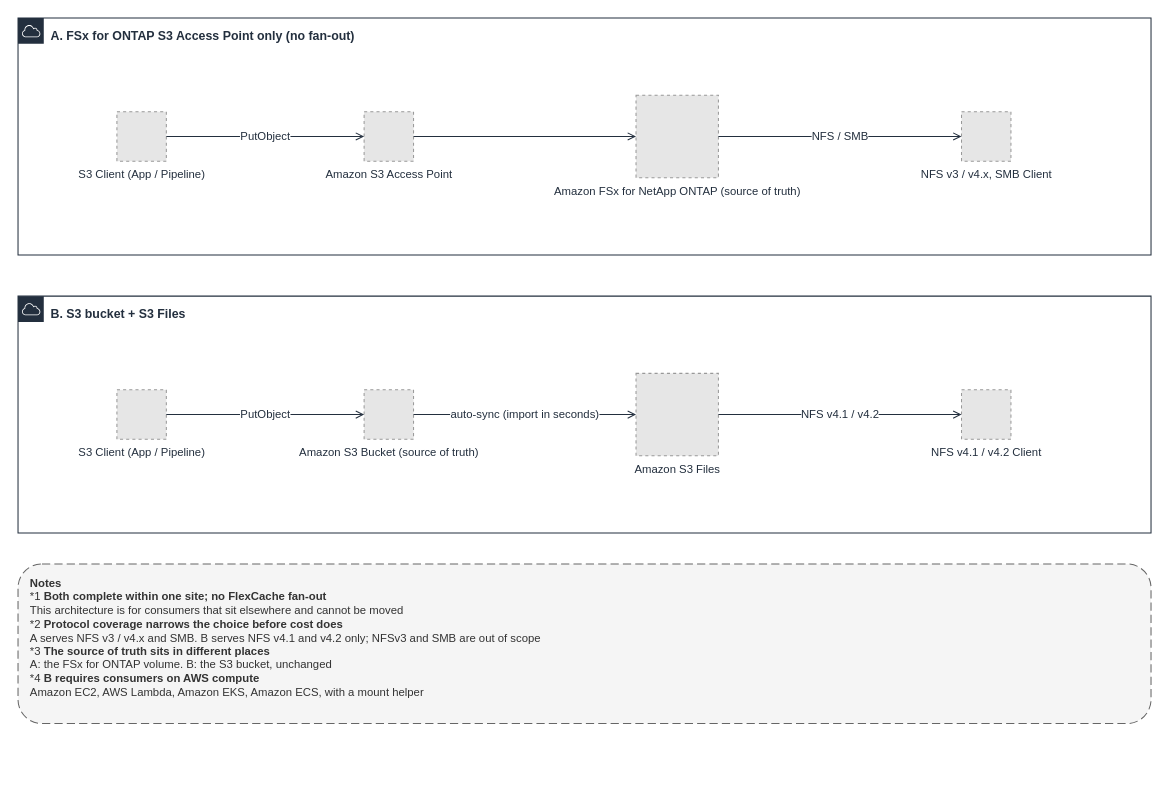
Before: docs/_assets/diagrams/s3burst-single-site-options-en.drawio in Yoshiki0705/S3-Burst-on-ONTAP-Files, a draw.io diagram. Source tidied: cells renumbered, new cells numbered last; positions are measured from the earlier drawing's top-left corner, leaving out a move shared by most shapes. Both pictures are drawn from the tidied source at 103%, with x=0, y=0 at pixel (18, 18). Pictures stored in the file or linked from it are replaced by grey dashed boxes.
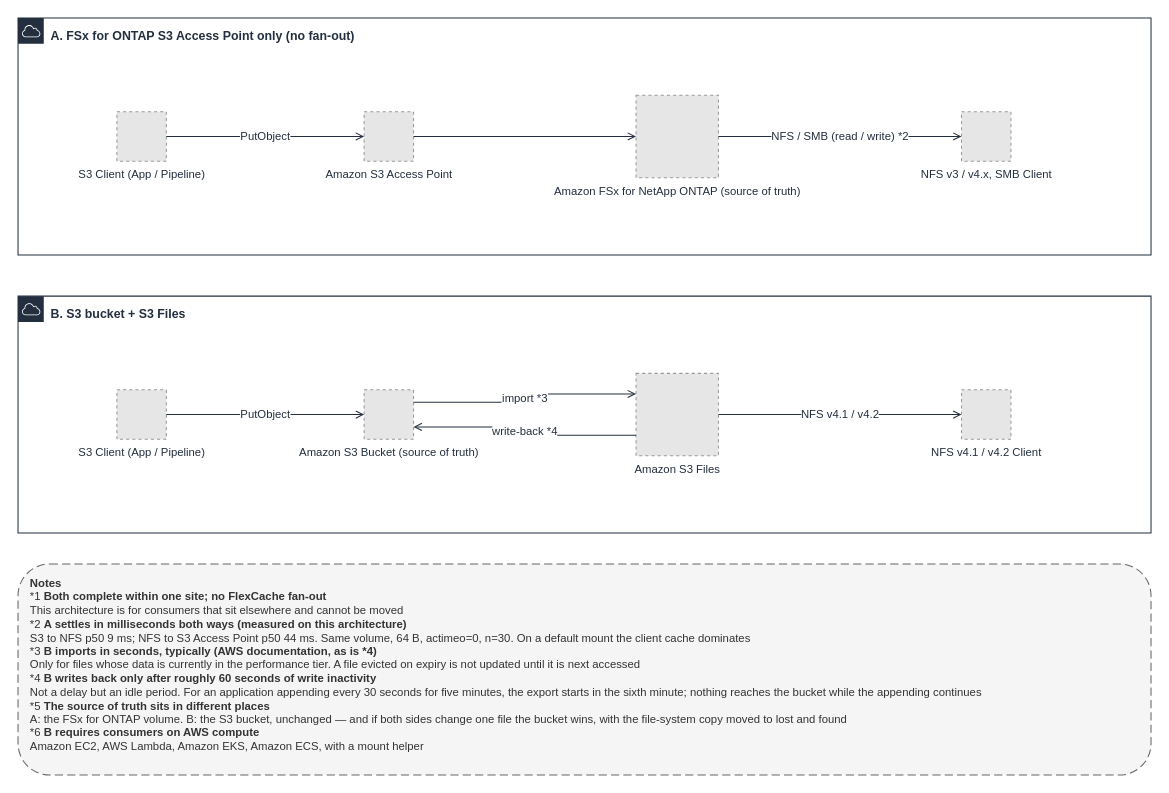
The same page after the edit.

Commit message (it also covers changes not shown here):
docs: state what to expect from a write on both single-site options (#26)

The edit, as a diff of the source:
```diff
@@
 <mxGraphModel>
   <root>
     <mxCell id="0" />
     <mxCell id="1" parent="0" />
     <mxCell id="2" value="A. FSx for ONTAP S3 Access Point only (no fan-out)" style="gradientColor=none;html=1;whiteSpace=wrap;fontSize=12;fontStyle=1;fontColor=#232F3E;shape=mxgraph.aws4.group;grIcon=mxgraph.aws4.group_aws_cloud;strokeColor=#232F3E;fillColor=none;verticalAlign=top;align=left;spacingLeft=30;spacingTop=4;dashed=0;" parent="1" vertex="1">
       <mxGeometry width="1100" height="230" as="geometry" />
     </mxCell>
     <mxCell id="3" value="B. S3 bucket + S3 Files" style="gradientColor=none;html=1;whiteSpace=wrap;fontSize=12;fontStyle=1;fontColor=#232F3E;shape=mxgraph.aws4.group;grIcon=mxgraph.aws4.group_aws_cloud;strokeColor=#232F3E;fillColor=none;verticalAlign=top;align=left;spacingLeft=30;spacingTop=4;dashed=0;" parent="1" vertex="1">
       <mxGeometry y="270" width="1100" height="230" as="geometry" />
     </mxCell>
     <mxCell id="4" value="S3 Client (App / Pipeline)" style="fillColor=#E6E6E6;strokeColor=#999999;dashed=1;html=1;verticalLabelPosition=bottom;verticalAlign=top;labelPosition=center;align=center;fontSize=11;fontColor=#232F3E;" parent="1" vertex="1">
       <mxGeometry x="96" y="91" width="48" height="48" as="geometry" />
     </mxCell>
     <mxCell id="5" value="Amazon S3 Access Point" style="fillColor=#E6E6E6;strokeColor=#999999;dashed=1;html=1;verticalLabelPosition=bottom;verticalAlign=top;labelPosition=center;align=center;fontSize=11;fontColor=#232F3E;" parent="1" vertex="1">
       <mxGeometry x="336" y="91" width="48" height="48" as="geometry" />
     </mxCell>
     <mxCell id="6" value="Amazon FSx for NetApp ONTAP (source of truth)" style="fillColor=#E6E6E6;strokeColor=#999999;dashed=1;html=1;verticalLabelPosition=bottom;verticalAlign=top;labelPosition=center;align=center;fontSize=11;fontColor=#232F3E;" parent="1" vertex="1">
       <mxGeometry x="600" y="75" width="80" height="80" as="geometry" />
     </mxCell>
     <mxCell id="7" value="NFS v3 / v4.x, SMB Client" style="fillColor=#E6E6E6;strokeColor=#999999;dashed=1;html=1;verticalLabelPosition=bottom;verticalAlign=top;labelPosition=center;align=center;fontSize=11;fontColor=#232F3E;" parent="1" vertex="1">
       <mxGeometry x="916" y="91" width="48" height="48" as="geometry" />
     </mxCell>
     <mxCell id="8" value="S3 Client (App / Pipeline)" style="fillColor=#E6E6E6;strokeColor=#999999;dashed=1;html=1;verticalLabelPosition=bottom;verticalAlign=top;labelPosition=center;align=center;fontSize=11;fontColor=#232F3E;" parent="1" vertex="1">
       <mxGeometry x="96" y="361" width="48" height="48" as="geometry" />
     </mxCell>
     <mxCell id="9" value="Amazon S3 Bucket (source of truth)" style="fillColor=#E6E6E6;strokeColor=#999999;dashed=1;html=1;verticalLabelPosition=bottom;verticalAlign=top;labelPosition=center;align=center;fontSize=11;fontColor=#232F3E;" parent="1" vertex="1">
       <mxGeometry x="336" y="361" width="48" height="48" as="geometry" />
     </mxCell>
     <mxCell id="10" value="Amazon S3 Files" style="fillColor=#E6E6E6;strokeColor=#999999;dashed=1;html=1;verticalLabelPosition=bottom;verticalAlign=top;labelPosition=center;align=center;fontSize=11;fontColor=#232F3E;" parent="1" vertex="1">
       <mxGeometry x="600" y="345" width="80" height="80" as="geometry" />
     </mxCell>
     <mxCell id="11" value="NFS v4.1 / v4.2 Client" style="fillColor=#E6E6E6;strokeColor=#999999;dashed=1;html=1;verticalLabelPosition=bottom;verticalAlign=top;labelPosition=center;align=center;fontSize=11;fontColor=#232F3E;" parent="1" vertex="1">
       <mxGeometry x="916" y="361" width="48" height="48" as="geometry" />
     </mxCell>
     <mxCell id="12" value="PutObject" style="edgeStyle=orthogonalEdgeStyle;rounded=0;html=1;endArrow=open;endFill=0;strokeColor=#232F3E;strokeWidth=1;fontSize=11;fontColor=#232F3E;" parent="1" edge="1" source="4" target="5">
       <mxGeometry relative="1" as="geometry" />
     </mxCell>
     <mxCell id="13" style="edgeStyle=orthogonalEdgeStyle;rounded=0;html=1;endArrow=open;endFill=0;strokeColor=#232F3E;strokeWidth=1;fontSize=11;fontColor=#232F3E;" parent="1" edge="1" source="5" target="6">
       <mxGeometry relative="1" as="geometry" />
     </mxCell>
-    <mxCell id="14" value="NFS / SMB" style="edgeStyle=orthogonalEdgeStyle;rounded=0;html=1;endArrow=open;endFill=0;strokeColor=#232F3E;strokeWidth=1;fontSize=11;fontColor=#232F3E;" parent="1" edge="1" source="6" target="7">
+    <mxCell id="14" value="NFS / SMB (read / write) *2" style="edgeStyle=orthogonalEdgeStyle;rounded=0;html=1;endArrow=open;endFill=0;strokeColor=#232F3E;strokeWidth=1;fontSize=11;fontColor=#232F3E;" parent="1" edge="1" source="6" target="7">
       <mxGeometry relative="1" as="geometry" />
     </mxCell>
     <mxCell id="15" value="PutObject" style="edgeStyle=orthogonalEdgeStyle;rounded=0;html=1;endArrow=open;endFill=0;strokeColor=#232F3E;strokeWidth=1;fontSize=11;fontColor=#232F3E;" parent="1" edge="1" source="8" target="9">
       <mxGeometry relative="1" as="geometry" />
     </mxCell>
-    <mxCell id="16" value="auto-sync (import in seconds)" style="edgeStyle=orthogonalEdgeStyle;rounded=0;html=1;endArrow=open;endFill=0;strokeColor=#232F3E;strokeWidth=1;fontSize=11;fontColor=#232F3E;" parent="1" edge="1" source="9" target="10">
+    <mxCell id="16" value="import *3" style="edgeStyle=orthogonalEdgeStyle;rounded=0;html=1;endArrow=open;endFill=0;strokeColor=#232F3E;strokeWidth=1;fontSize=11;fontColor=#232F3E;exitX=1;exitY=0.25;exitDx=0;exitDy=0;entryX=0;entryY=0.25;entryDx=0;entryDy=0;" parent="1" edge="1" source="9" target="10">
       <mxGeometry relative="1" as="geometry" />
     </mxCell>
+    <mxCell id="19" value="write-back *4" style="edgeStyle=orthogonalEdgeStyle;rounded=0;html=1;endArrow=open;endFill=0;strokeColor=#232F3E;strokeWidth=1;fontSize=11;fontColor=#232F3E;exitX=0;exitY=0.75;exitDx=0;exitDy=0;entryX=1;entryY=0.75;entryDx=0;entryDy=0;" parent="1" edge="1" source="10" target="9">
+      <mxGeometry relative="1" as="geometry" />
+    </mxCell>
     <mxCell id="17" value="NFS v4.1 / v4.2" style="edgeStyle=orthogonalEdgeStyle;rounded=0;html=1;endArrow=open;endFill=0;strokeColor=#232F3E;strokeWidth=1;fontSize=11;fontColor=#232F3E;" parent="1" edge="1" source="10" target="11">
       <mxGeometry relative="1" as="geometry" />
     </mxCell>
-    <mxCell id="18" value="&lt;b&gt;Notes&lt;/b&gt;&lt;br&gt;*1 &lt;b&gt;Both complete within one site; no FlexCache fan-out&lt;/b&gt;&lt;br&gt;This architecture is for consumers that sit elsewhere and cannot be moved&lt;br&gt;*2 &lt;b&gt;Protocol coverage narrows the choice before cost does&lt;/b&gt;&lt;br&gt;A serves NFS v3 / v4.x and SMB. B serves NFS v4.1 and v4.2 only; NFSv3 and SMB are out of scope&lt;br&gt;*3 &lt;b&gt;The source of truth sits in different places&lt;/b&gt;&lt;br&gt;A: the FSx for ONTAP volume. B: the S3 bucket, unchanged&lt;br&gt;*4 &lt;b&gt;B requires consumers on AWS compute&lt;/b&gt;&lt;br&gt;Amazon EC2, AWS Lambda, Amazon EKS, Amazon ECS, with a mount helper" style="rounded=1;whiteSpace=wrap;html=1;dashed=1;dashPattern=8 4;strokeColor=#666666;fillColor=#F5F5F5;fontColor=#333333;fontSize=11;align=left;verticalAlign=top;spacingLeft=10;spacingTop=6;" parent="1" vertex="1">
-      <mxGeometry y="530" width="1100" height="155" as="geometry" />
+    <mxCell id="18" value="&lt;b&gt;Notes&lt;/b&gt;&lt;br&gt;*1 &lt;b&gt;Both complete within one site; no FlexCache fan-out&lt;/b&gt;&lt;br&gt;This architecture is for consumers that sit elsewhere and cannot be moved&lt;br&gt;*2 &lt;b&gt;A settles in milliseconds both ways (measured on this architecture)&lt;/b&gt;&lt;br&gt;S3 to NFS p50 9 ms; NFS to S3 Access Point p50 44 ms. Same volume, 64 B, actimeo=0, n=30. On a default mount the client cache dominates&lt;br&gt;*3 &lt;b&gt;B imports in seconds, typically (AWS documentation, as is *4)&lt;/b&gt;&lt;br&gt;Only for files whose data is currently in the performance tier. A file evicted on expiry is not updated until it is next accessed&lt;br&gt;*4 &lt;b&gt;B writes back only after roughly 60 seconds of write inactivity&lt;/b&gt;&lt;br&gt;Not a delay but an idle period. For an application appending every 30 seconds for five minutes, the export starts in the sixth minute; nothing reaches the bucket while the appending continues&lt;br&gt;*5 &lt;b&gt;The source of truth sits in different places&lt;/b&gt;&lt;br&gt;A: the FSx for ONTAP volume. B: the S3 bucket, unchanged — and if both sides change one file the bucket wins, with the file-system copy moved to lost and found&lt;br&gt;*6 &lt;b&gt;B requires consumers on AWS compute&lt;/b&gt;&lt;br&gt;Amazon EC2, AWS Lambda, Amazon EKS, Amazon ECS, with a mount helper" style="rounded=1;whiteSpace=wrap;html=1;dashed=1;dashPattern=8 4;strokeColor=#666666;fillColor=#F5F5F5;fontColor=#333333;fontSize=11;align=left;verticalAlign=top;spacingLeft=10;spacingTop=6;" parent="1" vertex="1">
+      <mxGeometry y="530" width="1100" height="205" as="geometry" />
     </mxCell>
   </root>
 </mxGraphModel>
```
